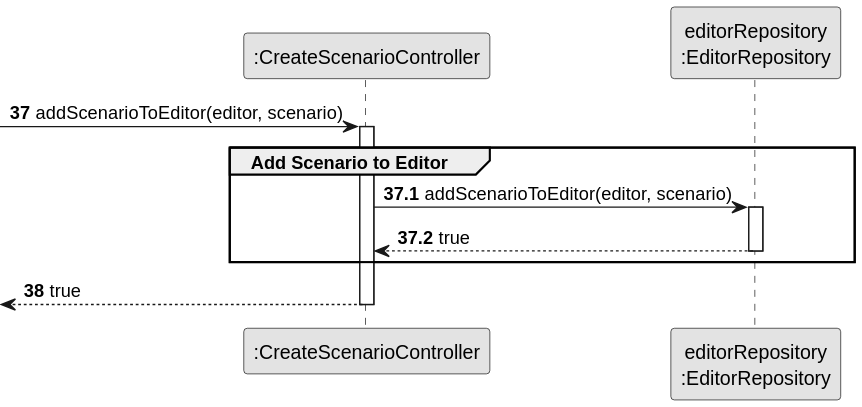
This is docs/system-documentation/Sprint 2/US04/03.design/svg/US04-SD-partial-add-scenario-to-editor.svg from HenriqueSilva18/Railway-Network-Simulator, a PlantUML export, as it was before one commit. The source it was exported from:
```plantuml
@startuml
skinparam monochrome true
skinparam packageStyle rectangle
skinparam shadowing false

participant ":CreateScenarioController" as CTRL
participant "editorRepository\n:EditorRepository" as EDITOR_REPO

autonumber 37
-> CTRL : addScenarioToEditor(editor, scenario)

autonumber 37.1
activate CTRL
    group Add Scenario to Editor
        CTRL -> EDITOR_REPO : addScenarioToEditor(editor, scenario)
        activate EDITOR_REPO
            EDITOR_REPO --> CTRL : true
        deactivate EDITOR_REPO
    end

    autonumber 38
    <-- CTRL : true
deactivate CTRL
@enduml
```
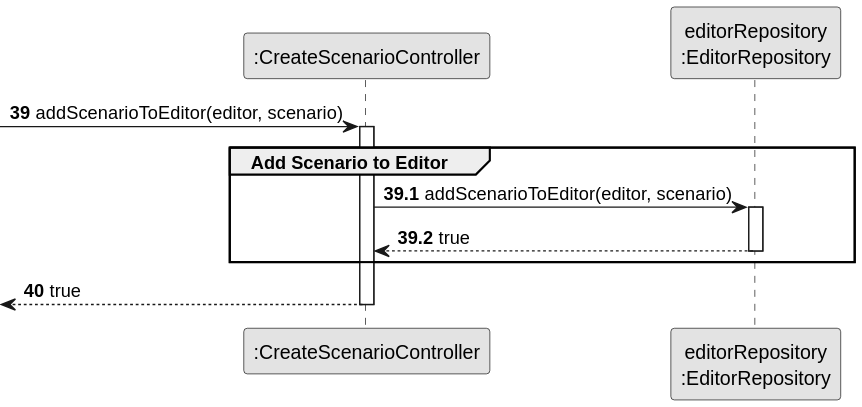
Later version of the same file.

What changed in the source:
```diff
@@ -6,10 +6,10 @@
 participant ":CreateScenarioController" as CTRL
 participant "editorRepository\n:EditorRepository" as EDITOR_REPO
 
-autonumber 37
+autonumber 39
 -> CTRL : addScenarioToEditor(editor, scenario)
 
-autonumber 37.1
+autonumber 39.1
 activate CTRL
     group Add Scenario to Editor
         CTRL -> EDITOR_REPO : addScenarioToEditor(editor, scenario)
@@ -18,7 +18,7 @@
         deactivate EDITOR_REPO
     end
 
-    autonumber 38
+    autonumber 40
     <-- CTRL : true
 deactivate CTRL
 @enduml
```
